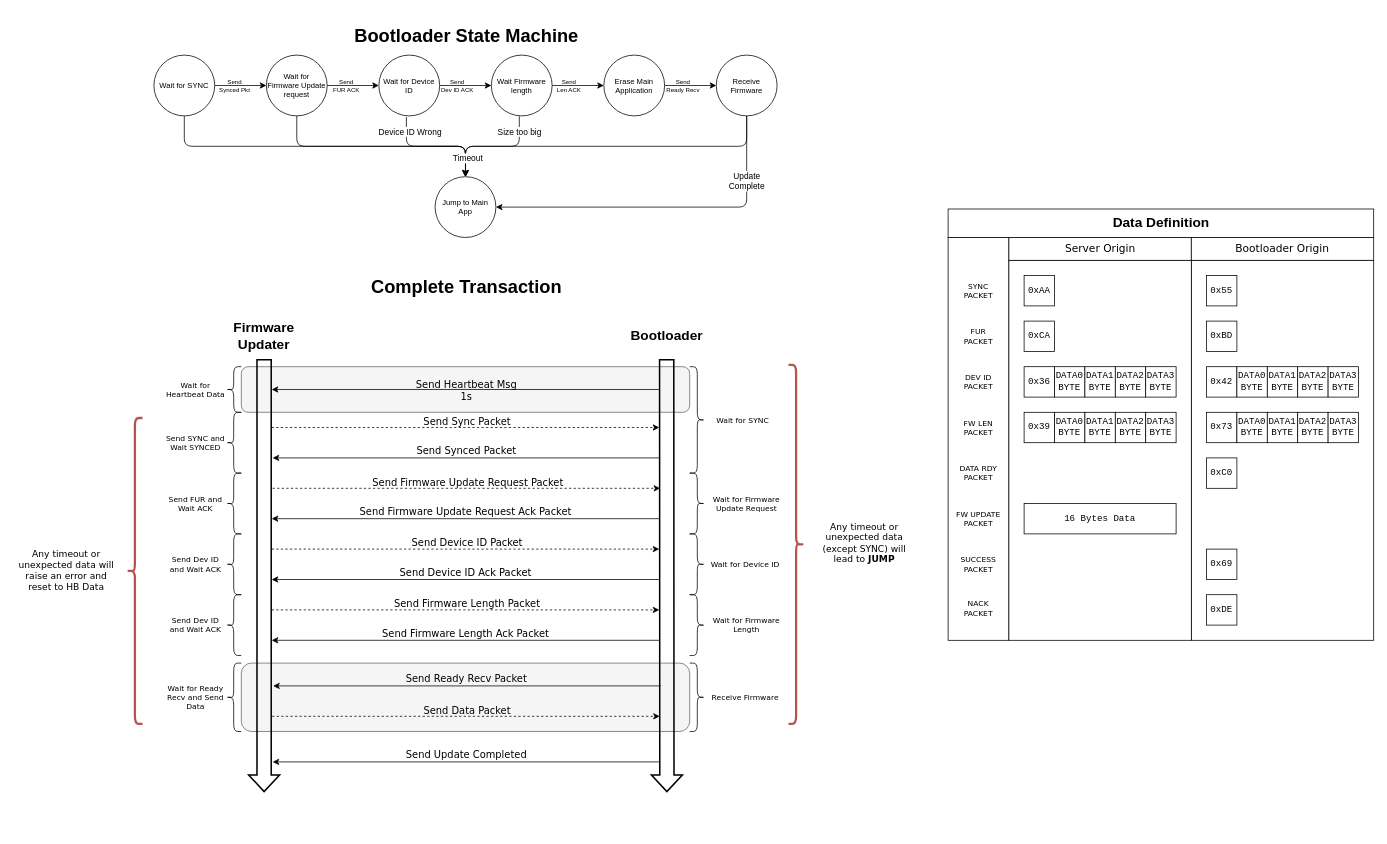
Above: page "Bootloader State Machine" (4 of 4) of bootloader/bootloader mechanics.drawio in pipipipi2002/pmb_stm32 (draw.io), before the change. Source tidied: cells renumbered, new cells numbered last; positions are measured from the earlier drawing's top-left corner, leaving out a move shared by most shapes. Both pictures are drawn from the tidied source at 76%, with x=0, y=0 at pixel (13, 24).
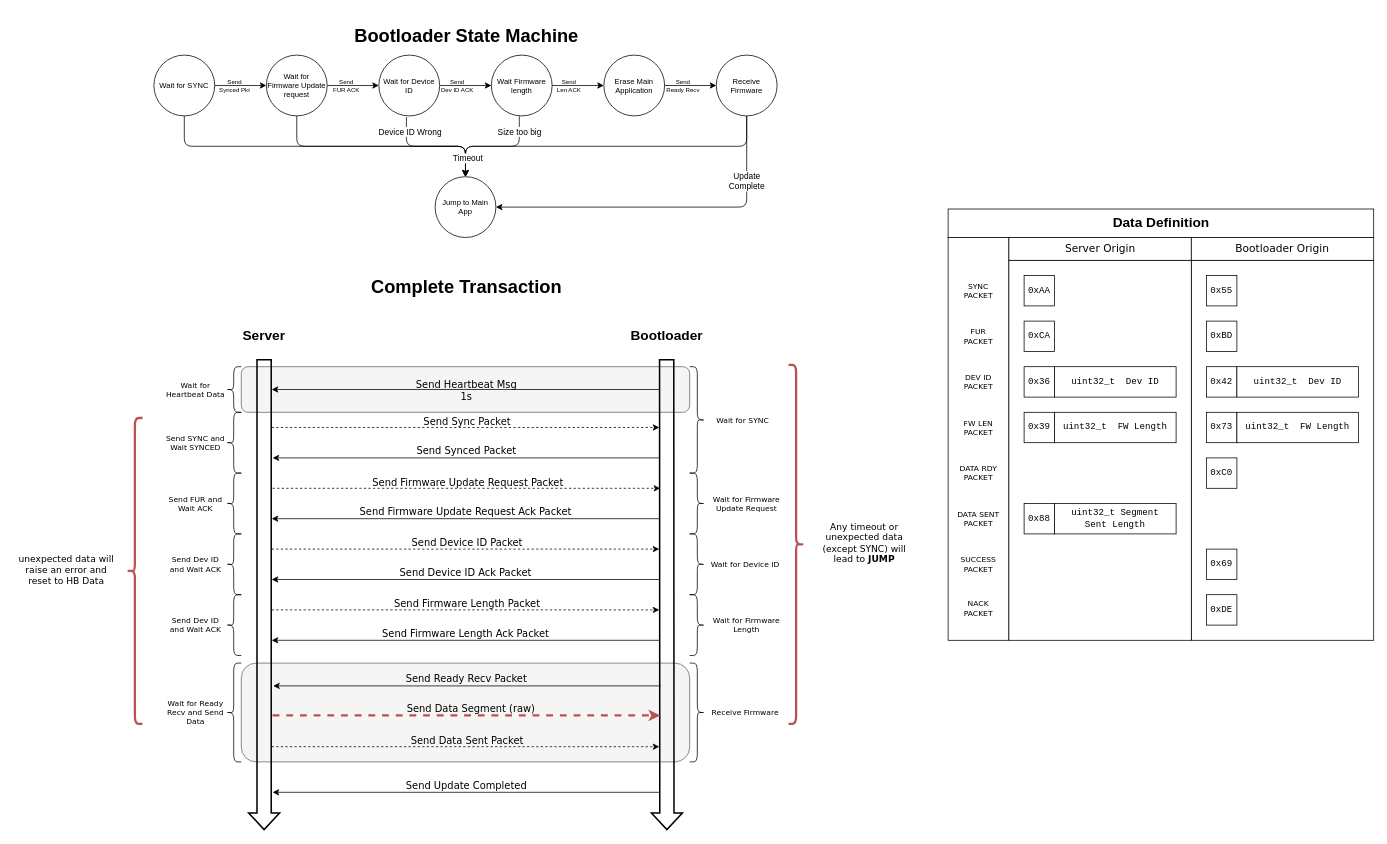
Above is the later version.

Change to the diagram source:
```diff
@@
     <mxCell id="5" style="rounded=1;whiteSpace=wrap;html=1;fillColor=#f5f5f5;fontColor=#333333;strokeColor=#666666;" parent="1" vertex="1">
-      <mxGeometry x="300" y="840" width="590" height="90" as="geometry" />
+      <mxGeometry x="300" y="840" width="590" height="130" as="geometry" />
     </mxCell>
@@
     <mxCell id="7" style="shape=flexArrow;endArrow=classic;html=1;rounded=0;strokeWidth=2;width=17.714285714285715;endSize=6.617142857142857;" parent="1" edge="1">
       <mxGeometry relative="1" as="geometry">
         <mxPoint x="859.7" y="440" as="sourcePoint" />
-        <mxPoint x="860" y="1010" as="targetPoint" />
+        <mxPoint x="860" y="1060" as="targetPoint" />
       </mxGeometry>
     </mxCell>
@@
     <mxCell id="35" style="shape=flexArrow;endArrow=classic;html=1;rounded=0;strokeWidth=2;width=17.714285714285715;endSize=6.617142857142857;" parent="1" edge="1">
       <mxGeometry relative="1" as="geometry">
         <mxPoint x="330" y="440" as="sourcePoint" />
-        <mxPoint x="330" y="1010" as="targetPoint" />
+        <mxPoint x="330" y="1060" as="targetPoint" />
       </mxGeometry>
     </mxCell>
-    <mxCell id="36" value="&lt;h2&gt;Firmware &lt;br&gt;Updater&lt;/h2&gt;" style="text;html=1;strokeColor=none;fillColor=none;align=center;verticalAlign=middle;whiteSpace=wrap;rounded=0;" parent="1" vertex="1">
+    <mxCell id="36" value="&lt;h2&gt;Server&lt;/h2&gt;" style="text;html=1;strokeColor=none;fillColor=none;align=center;verticalAlign=middle;whiteSpace=wrap;rounded=0;" parent="1" vertex="1">
       <mxGeometry x="270" y="390" width="120" height="40" as="geometry" />
     </mxCell>
@@
-    <mxCell id="58" style="endArrow=classic;html=1;rounded=0;dashed=1;" parent="1" edge="1">
+    <mxCell id="58" style="endArrow=classic;html=1;rounded=0;dashed=1;fillColor=#f8cecc;strokeColor=#b85450;strokeWidth=3;" parent="1" edge="1">
       <mxGeometry relative="1" as="geometry">
-        <mxPoint x="340.6" y="910" as="sourcePoint" />
-        <mxPoint x="850.6" y="910" as="targetPoint" />
+        <mxPoint x="341.2" y="908.8" as="sourcePoint" />
+        <mxPoint x="851.2" y="908.8" as="targetPoint" />
       </mxGeometry>
     </mxCell>
-    <mxCell id="59" value="Send Data Packet" style="edgeLabel;html=1;align=center;verticalAlign=middle;fontSize=13;fontFamily=Verdana;labelBackgroundColor=none;" parent="58" vertex="1">
+    <mxCell id="59" value="Send Data Segment (raw)" style="edgeLabel;html=1;align=center;verticalAlign=middle;fontSize=13;fontFamily=Verdana;labelBackgroundColor=none;" parent="58" vertex="1">
       <mxGeometry x="0.02" y="1" relative="1" as="geometry">
-        <mxPoint x="-4" y="-8" as="offset" />
+        <mxPoint y="-8" as="offset" />
       </mxGeometry>
     </mxCell>
@@
     <mxCell id="65" style="shape=curlyBracket;whiteSpace=wrap;html=1;rounded=1;flipH=1;labelPosition=right;verticalLabelPosition=middle;align=left;verticalAlign=middle;" parent="1" vertex="1">
-      <mxGeometry x="890" y="840" width="20" height="90" as="geometry" />
+      <mxGeometry x="890" y="840" width="20" height="130" as="geometry" />
     </mxCell>
@@
     <mxCell id="70" value="Receive Firmware&amp;nbsp;" style="text;html=1;strokeColor=none;fillColor=none;align=center;verticalAlign=middle;whiteSpace=wrap;rounded=0;fontSize=10;fontFamily=Verdana;" parent="1" vertex="1">
-      <mxGeometry x="915" y="861.2" width="100" height="47.5" as="geometry" />
+      <mxGeometry x="915" y="881.2" width="100" height="47.5" as="geometry" />
     </mxCell>
@@
     <mxCell id="81" style="shape=curlyBracket;whiteSpace=wrap;html=1;rounded=1;flipH=1;labelPosition=right;verticalLabelPosition=middle;align=left;verticalAlign=middle;rotation=-180;" parent="1" vertex="1">
-      <mxGeometry x="280" y="840" width="20" height="90" as="geometry" />
+      <mxGeometry x="280" y="840" width="20" height="130" as="geometry" />
     </mxCell>
     <mxCell id="82" value="Wait for Ready Recv and Send Data" style="text;html=1;strokeColor=none;fillColor=none;align=center;verticalAlign=middle;whiteSpace=wrap;rounded=0;fontSize=10;fontFamily=Verdana;" parent="1" vertex="1">
-      <mxGeometry x="200" y="867.5" width="80" height="35" as="geometry" />
+      <mxGeometry x="200" y="887.5" width="80" height="35" as="geometry" />
     </mxCell>
@@
-    <mxCell id="86" value="Any timeout or unexpected data will raise an error and reset to HB Data" style="text;html=1;strokeColor=none;fillColor=none;align=center;verticalAlign=middle;whiteSpace=wrap;rounded=0;fontSize=12;fontFamily=Verdana;" parent="1" vertex="1">
+    <mxCell id="86" value="unexpected data will raise an error and reset to HB Data" style="text;html=1;strokeColor=none;fillColor=none;align=center;verticalAlign=middle;whiteSpace=wrap;rounded=0;fontSize=12;fontFamily=Verdana;" parent="1" vertex="1">
       <mxGeometry y="686.2" width="140" height="63.8" as="geometry" />
     </mxCell>
     <mxCell id="87" style="endArrow=classic;html=1;rounded=0;" parent="1" edge="1">
       <mxGeometry relative="1" as="geometry">
-        <mxPoint x="851.2" y="970" as="sourcePoint" />
-        <mxPoint x="341.2" y="970" as="targetPoint" />
+        <mxPoint x="851.2" y="1010" as="sourcePoint" />
+        <mxPoint x="341.2" y="1010" as="targetPoint" />
       </mxGeometry>
     </mxCell>
@@
-    <mxCell id="99" value="16 Bytes Data" style="rounded=0;whiteSpace=wrap;html=1;fontFamily=Courier New;" parent="1" vertex="1">
-      <mxGeometry x="1330" y="630" width="200" height="40" as="geometry" />
+    <mxCell id="99" value="0x88" style="rounded=0;whiteSpace=wrap;html=1;fontFamily=Courier New;" parent="1" vertex="1">
+      <mxGeometry x="1330" y="630" width="40" height="40" as="geometry" />
     </mxCell>
@@
-    <mxCell id="104" value="FW UPDATE&lt;br&gt;PACKET" style="text;html=1;strokeColor=none;fillColor=none;align=center;verticalAlign=middle;whiteSpace=wrap;rounded=0;fontSize=10;fontFamily=Verdana;" parent="1" vertex="1">
+    <mxCell id="104" value="DATA SENT&lt;br&gt;PACKET" style="text;html=1;strokeColor=none;fillColor=none;align=center;verticalAlign=middle;whiteSpace=wrap;rounded=0;fontSize=10;fontFamily=Verdana;" parent="1" vertex="1">
       <mxGeometry x="1230" y="632.5" width="80" height="35" as="geometry" />
     </mxCell>
-    <mxCell id="105" value="DATA0&lt;br&gt;BYTE" style="rounded=0;whiteSpace=wrap;html=1;fontFamily=Courier New;" parent="1" vertex="1">
-      <mxGeometry x="1370" y="450" width="40" height="40" as="geometry" />
+    <mxCell id="105" value="uint32_t&amp;nbsp; Dev ID" style="rounded=0;whiteSpace=wrap;html=1;fontFamily=Courier New;" parent="1" vertex="1">
+      <mxGeometry x="1370" y="450" width="160" height="40" as="geometry" />
     </mxCell>
-    <mxCell id="106" value="DATA1&lt;br&gt;BYTE" style="rounded=0;whiteSpace=wrap;html=1;fontFamily=Courier New;" parent="1" vertex="1">
-      <mxGeometry x="1410" y="450" width="40" height="40" as="geometry" />
-    </mxCell>
-    <mxCell id="107" value="DATA2&lt;br&gt;BYTE" style="rounded=0;whiteSpace=wrap;html=1;fontFamily=Courier New;" parent="1" vertex="1">
-      <mxGeometry x="1450" y="450" width="40" height="40" as="geometry" />
-    </mxCell>
-    <mxCell id="108" value="DATA3&lt;br&gt;BYTE" style="rounded=0;whiteSpace=wrap;html=1;fontFamily=Courier New;" parent="1" vertex="1">
-      <mxGeometry x="1490" y="450" width="40" height="40" as="geometry" />
-    </mxCell>
-    <mxCell id="109" value="DATA0&lt;br&gt;BYTE" style="rounded=0;whiteSpace=wrap;html=1;fontFamily=Courier New;" parent="1" vertex="1">
-      <mxGeometry x="1370" y="510" width="40" height="40" as="geometry" />
-    </mxCell>
-    <mxCell id="110" value="DATA1&lt;br&gt;BYTE" style="rounded=0;whiteSpace=wrap;html=1;fontFamily=Courier New;" parent="1" vertex="1">
-      <mxGeometry x="1410" y="510" width="40" height="40" as="geometry" />
-    </mxCell>
-    <mxCell id="111" value="DATA2&lt;br&gt;BYTE" style="rounded=0;whiteSpace=wrap;html=1;fontFamily=Courier New;" parent="1" vertex="1">
-      <mxGeometry x="1450" y="510" width="40" height="40" as="geometry" />
-    </mxCell>
-    <mxCell id="112" value="DATA3&lt;br&gt;BYTE" style="rounded=0;whiteSpace=wrap;html=1;fontFamily=Courier New;" parent="1" vertex="1">
-      <mxGeometry x="1490" y="510" width="40" height="40" as="geometry" />
-    </mxCell>
-    <mxCell id="113" value="DATA0&lt;br&gt;BYTE" style="rounded=0;whiteSpace=wrap;html=1;fontFamily=Courier New;" parent="1" vertex="1">
-      <mxGeometry x="1610" y="450" width="40" height="40" as="geometry" />
-    </mxCell>
-    <mxCell id="114" value="DATA1&lt;br&gt;BYTE" style="rounded=0;whiteSpace=wrap;html=1;fontFamily=Courier New;" parent="1" vertex="1">
-      <mxGeometry x="1650" y="450" width="40" height="40" as="geometry" />
-    </mxCell>
-    <mxCell id="115" value="DATA2&lt;br&gt;BYTE" style="rounded=0;whiteSpace=wrap;html=1;fontFamily=Courier New;" parent="1" vertex="1">
-      <mxGeometry x="1690" y="450" width="40" height="40" as="geometry" />
-    </mxCell>
-    <mxCell id="116" value="DATA3&lt;br&gt;BYTE" style="rounded=0;whiteSpace=wrap;html=1;fontFamily=Courier New;" parent="1" vertex="1">
-      <mxGeometry x="1730" y="450" width="40" height="40" as="geometry" />
-    </mxCell>
-    <mxCell id="117" value="DATA0&lt;br&gt;BYTE" style="rounded=0;whiteSpace=wrap;html=1;fontFamily=Courier New;" parent="1" vertex="1">
-      <mxGeometry x="1610" y="510" width="40" height="40" as="geometry" />
-    </mxCell>
-    <mxCell id="118" value="DATA1&lt;br&gt;BYTE" style="rounded=0;whiteSpace=wrap;html=1;fontFamily=Courier New;" parent="1" vertex="1">
-      <mxGeometry x="1650" y="510" width="40" height="40" as="geometry" />
-    </mxCell>
-    <mxCell id="119" value="DATA2&lt;br&gt;BYTE" style="rounded=0;whiteSpace=wrap;html=1;fontFamily=Courier New;" parent="1" vertex="1">
-      <mxGeometry x="1690" y="510" width="40" height="40" as="geometry" />
-    </mxCell>
-    <mxCell id="120" value="DATA3&lt;br&gt;BYTE" style="rounded=0;whiteSpace=wrap;html=1;fontFamily=Courier New;" parent="1" vertex="1">
-      <mxGeometry x="1730" y="510" width="40" height="40" as="geometry" />
-    </mxCell>
@@
+    <mxCell id="131" value="uint32_t&amp;nbsp; FW Length" style="rounded=0;whiteSpace=wrap;html=1;fontFamily=Courier New;" parent="1" vertex="1">
+      <mxGeometry x="1370" y="510" width="160" height="40" as="geometry" />
+    </mxCell>
+    <mxCell id="132" value="uint32_t Segment &lt;br&gt;Sent Length" style="rounded=0;whiteSpace=wrap;html=1;fontFamily=Courier New;" parent="1" vertex="1">
+      <mxGeometry x="1370" y="630" width="160" height="40" as="geometry" />
+    </mxCell>
+    <mxCell id="133" value="uint32_t&amp;nbsp; Dev ID" style="rounded=0;whiteSpace=wrap;html=1;fontFamily=Courier New;" parent="1" vertex="1">
+      <mxGeometry x="1610" y="450" width="160" height="40" as="geometry" />
+    </mxCell>
+    <mxCell id="134" value="uint32_t&amp;nbsp; FW Length" style="rounded=0;whiteSpace=wrap;html=1;fontFamily=Courier New;" parent="1" vertex="1">
+      <mxGeometry x="1610" y="510" width="160" height="40" as="geometry" />
+    </mxCell>
+    <mxCell id="135" style="endArrow=classic;html=1;rounded=0;dashed=1;" parent="1" edge="1">
+      <mxGeometry relative="1" as="geometry">
+        <mxPoint x="340" y="950" as="sourcePoint" />
+        <mxPoint x="850" y="950" as="targetPoint" />
+      </mxGeometry>
+    </mxCell>
+    <mxCell id="136" value="Send Data Sent Packet" style="edgeLabel;html=1;align=center;verticalAlign=middle;fontSize=13;fontFamily=Verdana;labelBackgroundColor=none;" parent="135" vertex="1">
+      <mxGeometry x="0.02" y="1" relative="1" as="geometry">
+        <mxPoint x="-4" y="-8" as="offset" />
+      </mxGeometry>
+    </mxCell>
```
